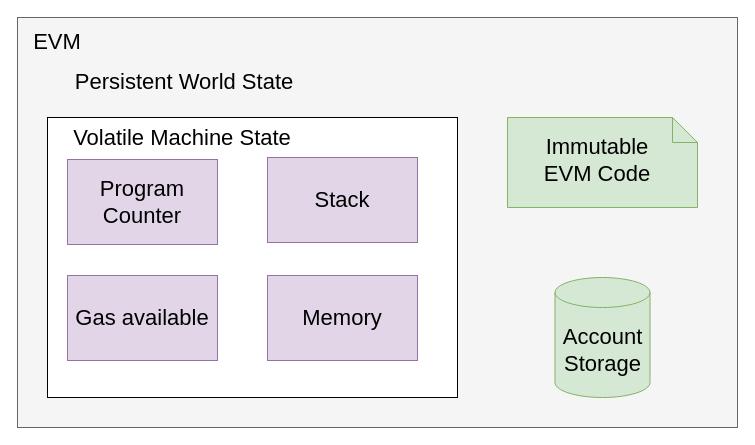
Earlier version of the draw.io diagram ethereumEVM.drawio (Phillip-Kemper/thesis-drawings). Source tidied: cells renumbered, new cells numbered last; positions are measured from the earlier drawing's top-left corner, leaving out a move shared by most shapes. Both pictures are drawn from the tidied source at 100%, with x=0, y=0 at pixel (17, 17).
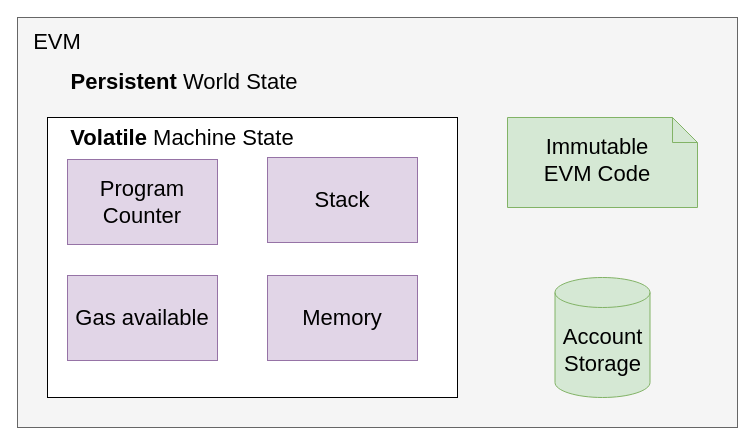
The same diagram, later.

Diff of the diagram source:
```diff
@@
 <mxGraphModel>
   <root>
     <mxCell id="0" />
     <mxCell id="1" parent="0" />
     <mxCell id="2" style="rounded=0;whiteSpace=wrap;html=1;fillColor=#f5f5f5;fontColor=#333333;strokeColor=#666666;" parent="1" vertex="1">
       <mxGeometry width="720" height="410" as="geometry" />
     </mxCell>
     <mxCell id="3" value="&lt;font style=&quot;font-size: 22px;&quot;&gt;EVM&lt;/font&gt;" style="text;html=1;strokeColor=none;fillColor=none;align=center;verticalAlign=middle;whiteSpace=wrap;rounded=0;" parent="1" vertex="1">
       <mxGeometry x="10" y="10" width="60" height="30" as="geometry" />
     </mxCell>
     <mxCell id="4" style="rounded=0;whiteSpace=wrap;html=1;" parent="1" vertex="1">
       <mxGeometry x="30" y="100" width="410" height="280" as="geometry" />
     </mxCell>
     <mxCell id="5" value="&lt;font style=&quot;font-size: 22px;&quot;&gt;Program Counter&lt;/font&gt;" style="rounded=0;whiteSpace=wrap;html=1;fillColor=#e1d5e7;strokeColor=#9673a6;" parent="1" vertex="1">
       <mxGeometry x="50" y="142" width="150" height="85" as="geometry" />
     </mxCell>
     <mxCell id="6" value="&lt;font style=&quot;font-size: 22px;&quot;&gt;Gas available&lt;/font&gt;" style="rounded=0;whiteSpace=wrap;html=1;fillColor=#e1d5e7;strokeColor=#9673a6;" parent="1" vertex="1">
       <mxGeometry x="50" y="258" width="150" height="85" as="geometry" />
     </mxCell>
     <mxCell id="7" value="&lt;font style=&quot;font-size: 22px;&quot;&gt;Stack&lt;/font&gt;" style="rounded=0;whiteSpace=wrap;html=1;fillColor=#e1d5e7;strokeColor=#9673a6;" parent="1" vertex="1">
       <mxGeometry x="250" y="140" width="150" height="85" as="geometry" />
     </mxCell>
     <mxCell id="8" value="&lt;font style=&quot;font-size: 22px;&quot;&gt;Memory&lt;/font&gt;" style="rounded=0;whiteSpace=wrap;html=1;fillColor=#e1d5e7;strokeColor=#9673a6;" parent="1" vertex="1">
       <mxGeometry x="250" y="258" width="150" height="85" as="geometry" />
     </mxCell>
     <mxCell id="9" value="&lt;font style=&quot;font-size: 22px;&quot;&gt;Account&lt;br&gt;Storage&lt;/font&gt;" style="shape=cylinder3;whiteSpace=wrap;html=1;boundedLbl=1;backgroundOutline=1;size=15;fillColor=#d5e8d4;strokeColor=#82b366;" parent="1" vertex="1">
       <mxGeometry x="537.5" y="260" width="95" height="120" as="geometry" />
     </mxCell>
     <mxCell id="10" style="shape=note2;boundedLbl=1;whiteSpace=wrap;html=1;size=25;verticalAlign=top;align=center;fillColor=#d5e8d4;strokeColor=#82b366;" parent="1" vertex="1">
       <mxGeometry x="490" y="100" width="190" height="90" as="geometry" />
     </mxCell>
     <mxCell id="11" value="&lt;font style=&quot;font-size: 22px;&quot;&gt;Immutable&lt;br&gt;EVM Code&lt;/font&gt;" style="text;html=1;strokeColor=none;fillColor=none;align=center;verticalAlign=middle;whiteSpace=wrap;rounded=0;" parent="1" vertex="1">
       <mxGeometry x="480" y="128" width="200" height="30" as="geometry" />
     </mxCell>
-    <mxCell id="12" value="&lt;font style=&quot;font-size: 22px;&quot;&gt;Volatile Machine State&lt;/font&gt;" style="text;html=1;strokeColor=none;fillColor=none;align=center;verticalAlign=middle;whiteSpace=wrap;rounded=0;" parent="1" vertex="1">
+    <mxCell id="12" value="&lt;font style=&quot;font-size: 22px;&quot;&gt;&lt;b&gt;Volatile&lt;/b&gt; Machine State&lt;/font&gt;" style="text;html=1;strokeColor=none;fillColor=none;align=center;verticalAlign=middle;whiteSpace=wrap;rounded=0;" parent="1" vertex="1">
       <mxGeometry x="40" y="106" width="250" height="30" as="geometry" />
     </mxCell>
-    <mxCell id="13" value="&lt;font style=&quot;font-size: 22px;&quot;&gt;Persistent World State&lt;/font&gt;" style="text;html=1;strokeColor=none;fillColor=none;align=center;verticalAlign=middle;whiteSpace=wrap;rounded=0;" parent="1" vertex="1">
+    <mxCell id="13" value="&lt;font style=&quot;font-size: 22px;&quot;&gt;&lt;b&gt;Persistent&lt;/b&gt; World State&lt;/font&gt;" style="text;html=1;strokeColor=none;fillColor=none;align=center;verticalAlign=middle;whiteSpace=wrap;rounded=0;" parent="1" vertex="1">
       <mxGeometry x="42" y="50" width="250" height="30" as="geometry" />
     </mxCell>
   </root>
 </mxGraphModel>
```
